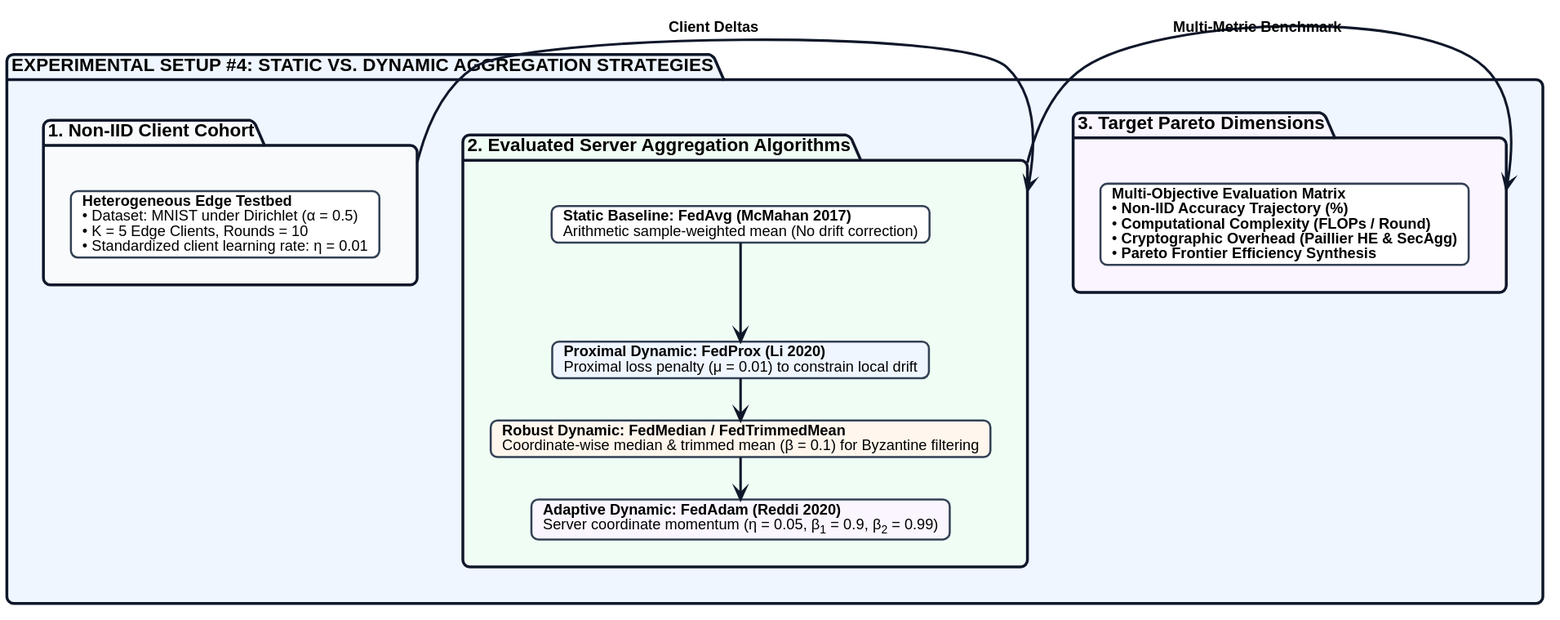
Before: diagrams/03-system-architecture/slide_presentation/slide_37_setup4_dynamic_aggregation.svg, a diagram exported from PlantUML (bernardbdas/research). Source of this version:
```plantuml
@startuml
top to bottom direction

skinparam monochrome false
skinparam shadowing false
skinparam roundcorner 12
skinparam defaultFontName "Helvetica"
skinparam defaultFontSize 14
skinparam ranksep 35
skinparam nodesep 25

skinparam package {
    BackgroundColor #FFFFFF
    BorderColor #0F172A
    BorderThickness 2.5
    FontStyle bold
    FontSize 16
}

skinparam card {
    BackgroundColor #FFFFFF
    BorderColor #334155
    BorderThickness 1.8
    FontSize 13
}

skinparam arrow {
    Color #0F172A
    Thickness 2.2
    FontSize 13
    FontStyle bold
}

package "EXPERIMENTAL SETUP #4: STATIC VS. DYNAMIC AGGREGATION STRATEGIES" as Setup4 #EFF6FF {

    package "1. Non-IID Client Cohort" as S1 #F8FAFC {
        card "<b>Heterogeneous Edge Testbed</b>\n• Dataset: MNIST under Dirichlet (α = 0.5)\n• K = 5 Edge Clients, Rounds = 10\n• Standardized client learning rate: η = 0.01" as SiloCard #FFFFFF
    }

    package "2. Evaluated Server Aggregation Algorithms" as S2 #F0FDF4 {
        card "<b>Static Baseline: FedAvg (McMahan 2017)</b>\nArithmetic sample-weighted mean (No drift correction)" as A_FedAvg #FFFFFF

        card "<b>Proximal Dynamic: FedProx (Li 2020)</b>\nProximal loss penalty (μ = 0.01) to constrain local drift" as A_FedProx #EFF6FF

        card "<b>Robust Dynamic: FedMedian / FedTrimmedMean</b>\nCoordinate-wise median & trimmed mean (β = 0.1) for Byzantine filtering" as A_FedMed #FFF7ED

        card "<b>Adaptive Dynamic: FedAdam (Reddi 2020)</b>\nServer coordinate momentum (η = 0.05, β<sub>1</sub> = 0.9, β<sub>2</sub> = 0.99)" as A_FedAdam #FAF5FF

        A_FedAvg -down-> A_FedProx
        A_FedProx -down-> A_FedMed
        A_FedMed -down-> A_FedAdam
    }

    package "3. Target Pareto Dimensions" as S3 #FAF5FF {
        card "<b>Multi-Objective Evaluation Matrix</b>\n• <b>Non-IID Accuracy Trajectory (%)</b>\n• <b>Computational Complexity (FLOPs / Round)</b>\n• <b>Cryptographic Overhead (Paillier HE & SecAgg)</b>\n• <b>Pareto Frontier Efficiency Synthesis</b>" as MatrixCard #FFFFFF
    }

    S1 -right-> S2 : Client Deltas
    S2 -right-> S3 : Multi-Metric Benchmark
}
@enduml
```
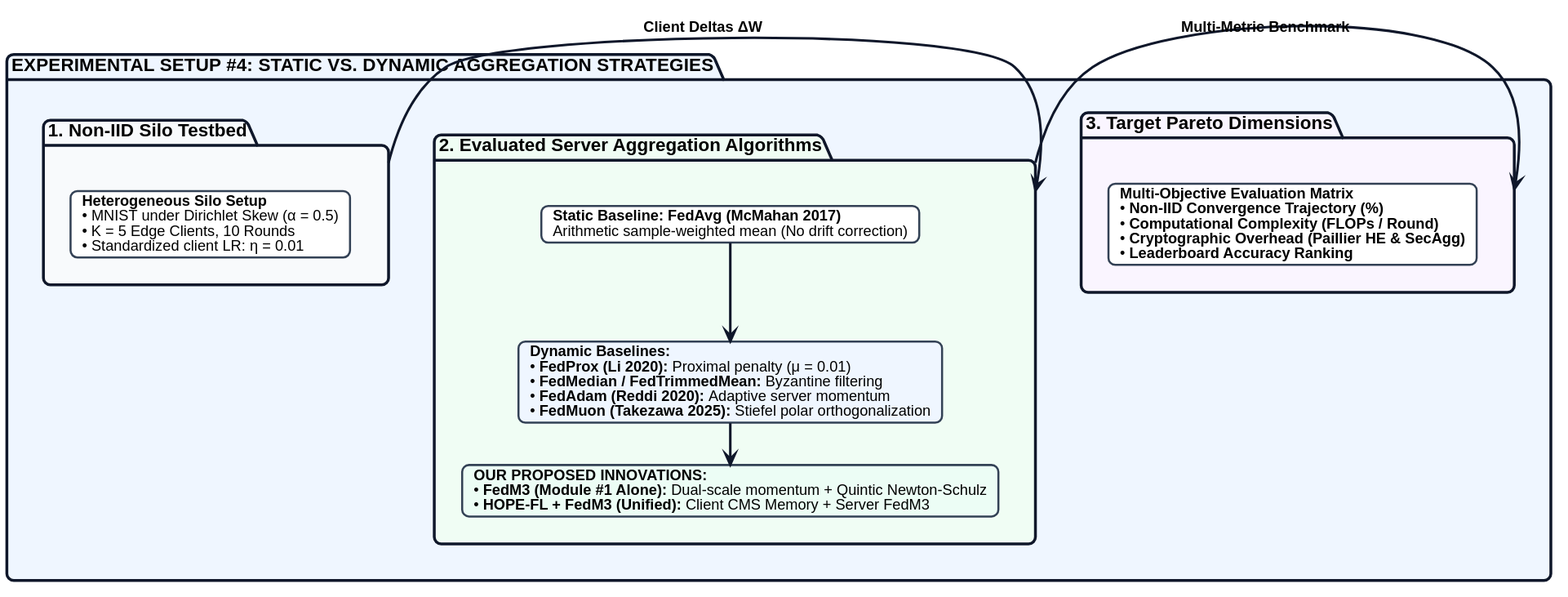
Later version of the same file.

Change to the diagram source:
```diff
@@ -33,29 +33,26 @@
 
 package "EXPERIMENTAL SETUP #4: STATIC VS. DYNAMIC AGGREGATION STRATEGIES" as Setup4 #EFF6FF {
 
-    package "1. Non-IID Client Cohort" as S1 #F8FAFC {
-        card "<b>Heterogeneous Edge Testbed</b>\n• Dataset: MNIST under Dirichlet (α = 0.5)\n• K = 5 Edge Clients, Rounds = 10\n• Standardized client learning rate: η = 0.01" as SiloCard #FFFFFF
+    package "1. Non-IID Silo Testbed" as S1 #F8FAFC {
+        card "<b>Heterogeneous Silo Setup</b>\n• MNIST under Dirichlet Skew (α = 0.5)\n• K = 5 Edge Clients, 10 Rounds\n• Standardized client LR: η = 0.01" as SiloCard #FFFFFF
     }
 
     package "2. Evaluated Server Aggregation Algorithms" as S2 #F0FDF4 {
         card "<b>Static Baseline: FedAvg (McMahan 2017)</b>\nArithmetic sample-weighted mean (No drift correction)" as A_FedAvg #FFFFFF
 
-        card "<b>Proximal Dynamic: FedProx (Li 2020)</b>\nProximal loss penalty (μ = 0.01) to constrain local drift" as A_FedProx #EFF6FF
+        card "<b>Dynamic Baselines:</b>\n• <b>FedProx (Li 2020):</b> Proximal penalty (μ = 0.01)\n• <b>FedMedian / FedTrimmedMean:</b> Byzantine filtering\n• <b>FedAdam (Reddi 2020):</b> Adaptive server momentum\n• <b>FedMuon (Takezawa 2025):</b> Stiefel polar orthogonalization" as A_Baselines #EFF6FF
 
-        card "<b>Robust Dynamic: FedMedian / FedTrimmedMean</b>\nCoordinate-wise median & trimmed mean (β = 0.1) for Byzantine filtering" as A_FedMed #FFF7ED
+        card "<b>OUR PROPOSED INNOVATIONS:</b>\n• <b>FedM3 (Module #1 Alone):</b> Dual-scale momentum + Quintic Newton-Schulz\n• <b>HOPE-FL + FedM3 (Unified):</b> Client CMS Memory + Server FedM3" as A_Ours #ECFDF5
 
-        card "<b>Adaptive Dynamic: FedAdam (Reddi 2020)</b>\nServer coordinate momentum (η = 0.05, β<sub>1</sub> = 0.9, β<sub>2</sub> = 0.99)" as A_FedAdam #FAF5FF
-
-        A_FedAvg -down-> A_FedProx
-        A_FedProx -down-> A_FedMed
-        A_FedMed -down-> A_FedAdam
+        A_FedAvg -down-> A_Baselines
+        A_Baselines -down-> A_Ours
     }
 
     package "3. Target Pareto Dimensions" as S3 #FAF5FF {
-        card "<b>Multi-Objective Evaluation Matrix</b>\n• <b>Non-IID Accuracy Trajectory (%)</b>\n• <b>Computational Complexity (FLOPs / Round)</b>\n• <b>Cryptographic Overhead (Paillier HE & SecAgg)</b>\n• <b>Pareto Frontier Efficiency Synthesis</b>" as MatrixCard #FFFFFF
+        card "<b>Multi-Objective Evaluation Matrix</b>\n• <b>Non-IID Convergence Trajectory (%)</b>\n• <b>Computational Complexity (FLOPs / Round)</b>\n• <b>Cryptographic Overhead (Paillier HE & SecAgg)</b>\n• <b>Leaderboard Accuracy Ranking</b>" as MatrixCard #FFFFFF
     }
 
-    S1 -right-> S2 : Client Deltas
+    S1 -right-> S2 : Client Deltas ΔW
     S2 -right-> S3 : Multi-Metric Benchmark
 }
 @enduml
```
